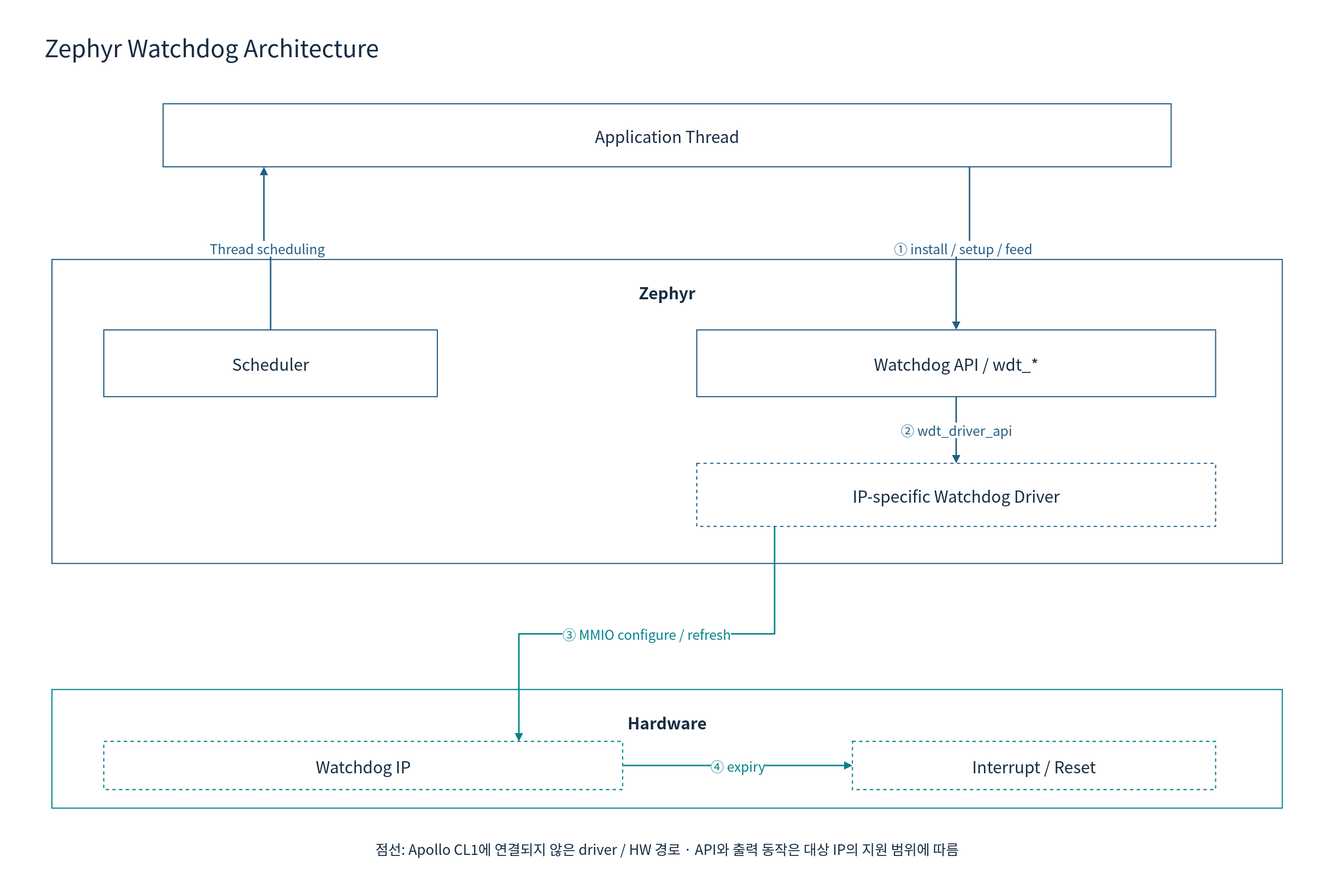
The draw.io diagram doc/phase1/watchdog/diagrams/08d-zephyr-software.drawio.svg in cometzero/project-apollo, before a commit. Source tidied: cells renumbered, new cells last; positions are measured from the earlier drawing's top-left corner, leaving out a move shared by most shapes.
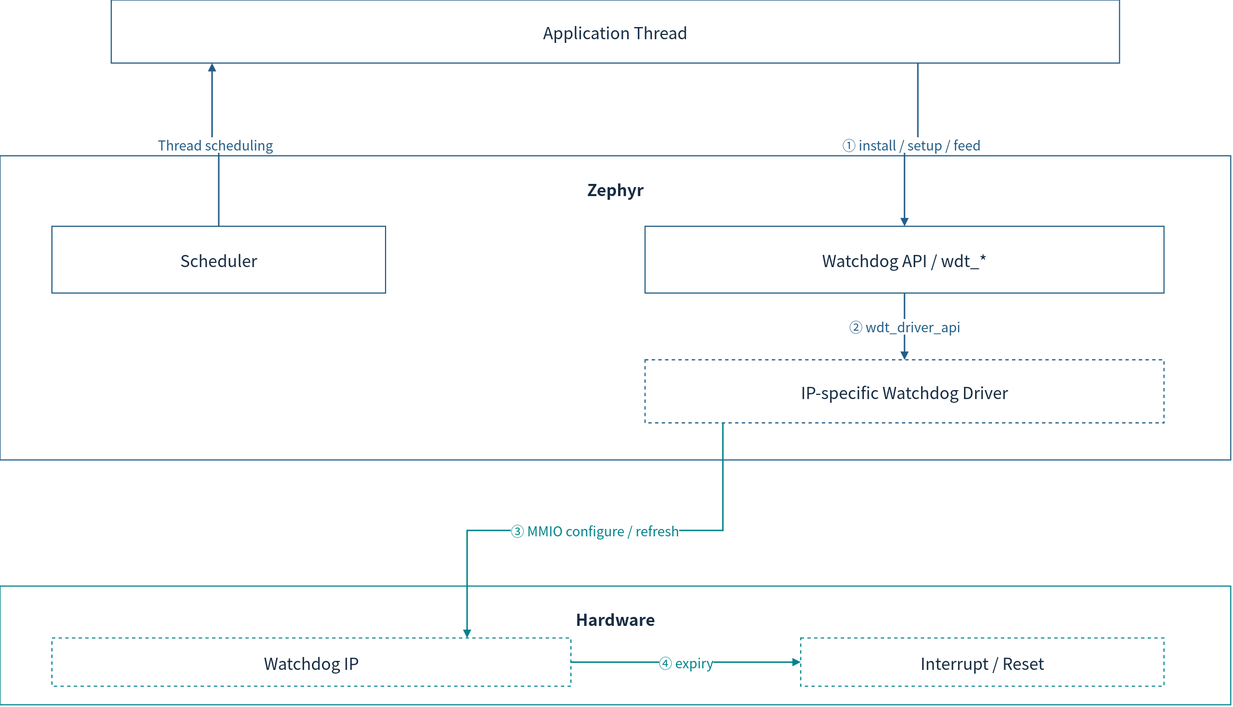
After the change.

The edit, as a diff of the source:
```diff
@@ -2,12 +2,6 @@
   <root>
     <mxCell id="0" />
     <mxCell id="1" parent="0" />
-    <mxCell id="2" style="rounded=0;whiteSpace=wrap;html=1;fillColor=#FFFFFF;strokeColor=none;strokeWidth=1.5;fontColor=#172C43;fontFamily=Noto Sans CJK KR;fontSize=22;spacing=10;" parent="1" vertex="1">
-      <mxGeometry width="1800" height="1190" as="geometry" />
-    </mxCell>
-    <mxCell id="3" value="Zephyr Watchdog Architecture" style="rounded=0;whiteSpace=wrap;html=1;fillColor=#FFFFFF;strokeColor=none;strokeWidth=1.5;fontColor=#172C43;fontFamily=Noto Sans CJK KR;fontSize=22;spacing=10;fontSize=32;align=left;" parent="1" vertex="1">
-      <mxGeometry x="50" y="30" width="1700" height="65" as="geometry" />
-    </mxCell>
     <mxCell id="4" value="Application Thread" style="rounded=0;whiteSpace=wrap;html=1;fillColor=#FFFFFF;strokeColor=#235D86;strokeWidth=1.5;fontColor=#172C43;fontFamily=Noto Sans CJK KR;fontSize=22;spacing=10;" parent="1" vertex="1">
       <mxGeometry x="220" y="140" width="1360" height="85" as="geometry" />
     </mxCell>
@@ -47,8 +41,5 @@
     <mxCell id="16" value="④ expiry" style="edgeStyle=orthogonalEdgeStyle;rounded=0;html=1;endArrow=block;endFill=1;strokeWidth=2;strokeColor=#00838A;fontColor=#00838A;fontFamily=Noto Sans CJK KR;fontSize=18;labelBackgroundColor=#FFFFFF;" parent="1" edge="1" source="10" target="11">
       <mxGeometry relative="1" as="geometry" />
     </mxCell>
-    <mxCell id="17" value="점선: Apollo CL1에 연결되지 않은 driver / HW 경로 · API와 출력 동작은 대상 IP의 지원 범위에 따름" style="rounded=0;whiteSpace=wrap;html=1;fillColor=#FFFFFF;strokeColor=none;strokeWidth=1.5;fontColor=#172C43;fontFamily=Noto Sans CJK KR;fontSize=22;spacing=10;fontSize=19;" parent="1" vertex="1">
-      <mxGeometry x="70" y="1120" width="1660" height="50" as="geometry" />
-    </mxCell>
   </root>
 </mxGraphModel>
```
